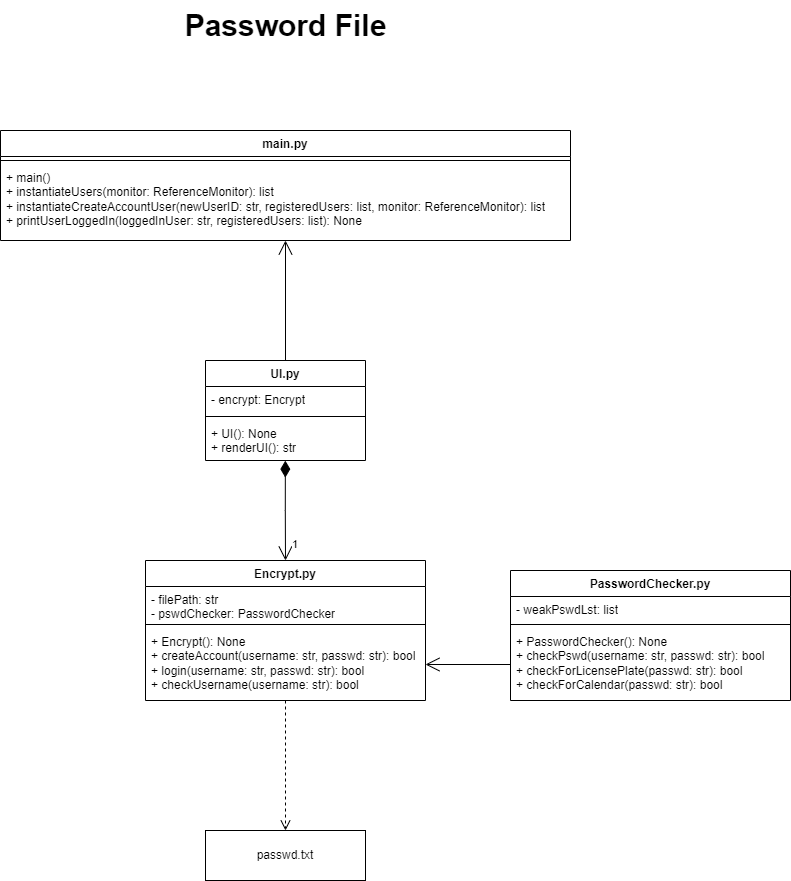
This is Documentation/PasswordChecker.drawio.png from NathanMacDiarmid/SYSC4810, a draw.io export, as it was before one commit. Source tidied: cells renumbered, new cells last; positions are measured from the earlier drawing's top-left corner, leaving out a move shared by most shapes. Source of this version:
```xml
<mxGraphModel>
  <root>
    <mxCell id="0" />
    <mxCell id="1" parent="0" />
    <mxCell id="2" value="main.py" style="swimlane;fontStyle=1;align=center;verticalAlign=top;horizontal=1;startSize=26;whiteSpace=wrap;html=1;" parent="1" vertex="1">
      <mxGeometry y="130" width="570" height="110" as="geometry" />
    </mxCell>
    <mxCell id="3" style="line;strokeWidth=1;fillColor=none;align=left;verticalAlign=middle;spacingTop=-1;spacingLeft=3;spacingRight=3;labelPosition=right;strokeColor=inherit;" parent="2" vertex="1">
      <mxGeometry y="26" width="570" height="8" as="geometry" />
    </mxCell>
    <mxCell id="4" value="+ main()&lt;br&gt;+ instantiateUsers(monitor: ReferenceMonitor): list&lt;br&gt;+ instantiateCreateAccountUser(newUserID: str, registeredUsers: list, monitor: ReferenceMonitor): list&lt;br&gt;+ printUserLoggedIn(loggedInUser: str, registeredUsers: list): None" style="text;strokeColor=none;fillColor=none;align=left;verticalAlign=top;spacingLeft=4;spacingRight=4;overflow=hidden;points=[[0,0.5],[1,0.5]];portConstraint=eastwest;whiteSpace=wrap;html=1;" parent="2" vertex="1">
      <mxGeometry y="34" width="570" height="76" as="geometry" />
    </mxCell>
    <mxCell id="5" value="Encrypt.py" style="swimlane;fontStyle=1;align=center;verticalAlign=top;horizontal=1;startSize=26;whiteSpace=wrap;html=1;" parent="1" vertex="1">
      <mxGeometry x="145" y="560" width="280" height="140" as="geometry" />
    </mxCell>
    <mxCell id="6" value="- filePath: str&lt;br&gt;- pswdChecker: PasswordChecker" style="text;strokeColor=none;fillColor=none;align=left;verticalAlign=top;spacingLeft=4;spacingRight=4;overflow=hidden;whiteSpace=wrap;html=1;" parent="5" vertex="1">
      <mxGeometry y="26" width="280" height="34" as="geometry" />
    </mxCell>
    <mxCell id="7" style="line;strokeWidth=1;fillColor=none;align=left;verticalAlign=middle;spacingTop=-1;spacingLeft=3;spacingRight=3;labelPosition=right;strokeColor=inherit;" parent="5" vertex="1">
      <mxGeometry y="60" width="280" height="8" as="geometry" />
    </mxCell>
    <mxCell id="8" value="+ Encrypt(): None&lt;br&gt;+ createAccount(username: str, passwd: str): bool&lt;br&gt;+ login(username: str, passwd: str): bool&lt;br&gt;+ checkUsername(username: str): bool" style="text;strokeColor=none;fillColor=none;align=left;verticalAlign=top;spacingLeft=4;spacingRight=4;overflow=hidden;points=[[0,0.5],[1,0.5]];portConstraint=eastwest;whiteSpace=wrap;html=1;" parent="5" vertex="1">
      <mxGeometry y="68" width="280" height="72" as="geometry" />
    </mxCell>
    <mxCell id="9" value="UI.py" style="swimlane;fontStyle=1;align=center;verticalAlign=top;horizontal=1;startSize=26;whiteSpace=wrap;html=1;" parent="1" vertex="1">
      <mxGeometry x="205" y="360" width="160" height="100" as="geometry" />
    </mxCell>
    <mxCell id="10" value="- encrypt: Encrypt" style="text;strokeColor=none;fillColor=none;align=left;verticalAlign=top;spacingLeft=4;spacingRight=4;overflow=hidden;whiteSpace=wrap;html=1;" parent="9" vertex="1">
      <mxGeometry y="26" width="160" height="26" as="geometry" />
    </mxCell>
    <mxCell id="11" style="line;strokeWidth=1;fillColor=none;align=left;verticalAlign=middle;spacingTop=-1;spacingLeft=3;spacingRight=3;labelPosition=right;strokeColor=inherit;" parent="9" vertex="1">
      <mxGeometry y="52" width="160" height="8" as="geometry" />
    </mxCell>
    <mxCell id="12" value="+ UI(): None&lt;br&gt;+ renderUI(): str" style="text;strokeColor=none;fillColor=none;align=left;verticalAlign=top;spacingLeft=4;spacingRight=4;overflow=hidden;points=[[0,0.5],[1,0.5]];portConstraint=eastwest;whiteSpace=wrap;html=1;" parent="9" vertex="1">
      <mxGeometry y="60" width="160" height="40" as="geometry" />
    </mxCell>
    <mxCell id="13" value="passwd.txt" style="html=1;whiteSpace=wrap;" parent="1" vertex="1">
      <mxGeometry x="205" y="830" width="160" height="50" as="geometry" />
    </mxCell>
    <mxCell id="14" style="html=1;verticalAlign=bottom;endArrow=open;dashed=1;endSize=8;curved=0;rounded=0;entryX=0.5;entryY=0;entryDx=0;entryDy=0;exitX=0.5;exitY=1;exitDx=0;exitDy=0;exitPerimeter=0;" parent="1" edge="1" source="8" target="13">
      <mxGeometry relative="1" as="geometry" />
    </mxCell>
    <mxCell id="15" value="1" style="endArrow=open;html=1;endSize=12;startArrow=diamondThin;startSize=14;startFill=1;edgeStyle=orthogonalEdgeStyle;align=left;verticalAlign=bottom;rounded=0;entryX=0.5;entryY=0;entryDx=0;entryDy=0;exitX=0.499;exitY=1.003;exitDx=0;exitDy=0;exitPerimeter=0;" parent="1" edge="1" source="12" target="5">
      <mxGeometry x="0.86" y="5" relative="1" as="geometry" />
    </mxCell>
    <mxCell id="16" style="endArrow=open;endFill=1;endSize=12;html=1;rounded=0;exitX=0.5;exitY=0;exitDx=0;exitDy=0;" parent="1" edge="1" source="9" target="4">
      <mxGeometry relative="1" as="geometry" />
    </mxCell>
    <mxCell id="17" value="Password File" style="text;html=1;align=center;verticalAlign=middle;strokeColor=none;fillColor=none;fontSize=30;fontStyle=1;" parent="1" vertex="1">
      <mxGeometry x="170" width="230" height="50" as="geometry" />
    </mxCell>
    <mxCell id="18" value="PasswordChecker.py" style="swimlane;fontStyle=1;align=center;verticalAlign=top;horizontal=1;startSize=26;whiteSpace=wrap;html=1;" parent="1" vertex="1">
      <mxGeometry x="510" y="570" width="280" height="130" as="geometry" />
    </mxCell>
    <mxCell id="19" value="- weakPswdLst: list" style="text;strokeColor=none;fillColor=none;align=left;verticalAlign=top;spacingLeft=4;spacingRight=4;overflow=hidden;whiteSpace=wrap;html=1;" parent="18" vertex="1">
      <mxGeometry y="26" width="280" height="24" as="geometry" />
    </mxCell>
    <mxCell id="20" style="line;strokeWidth=1;fillColor=none;align=left;verticalAlign=middle;spacingTop=-1;spacingLeft=3;spacingRight=3;labelPosition=right;strokeColor=inherit;" parent="18" vertex="1">
      <mxGeometry y="50" width="280" height="8" as="geometry" />
    </mxCell>
    <mxCell id="21" value="+ PasswordChecker(): None&lt;br&gt;+ checkPswd(username: str, passwd: str): bool&lt;br&gt;+ checkForLicensePlate(passwd: str): bool&lt;br&gt;+ checkForCalendar(passwd: str): bool" style="text;strokeColor=none;fillColor=none;align=left;verticalAlign=top;spacingLeft=4;spacingRight=4;overflow=hidden;points=[[0,0.5],[1,0.5]];portConstraint=eastwest;whiteSpace=wrap;html=1;" parent="18" vertex="1">
      <mxGeometry y="58" width="280" height="72" as="geometry" />
    </mxCell>
    <mxCell id="22" style="endArrow=open;endFill=1;endSize=12;html=1;rounded=0;exitX=0;exitY=0.5;exitDx=0;exitDy=0;entryX=1;entryY=0.5;entryDx=0;entryDy=0;" parent="1" edge="1" source="21" target="8">
      <mxGeometry relative="1" as="geometry" />
    </mxCell>
  </root>
</mxGraphModel>
```
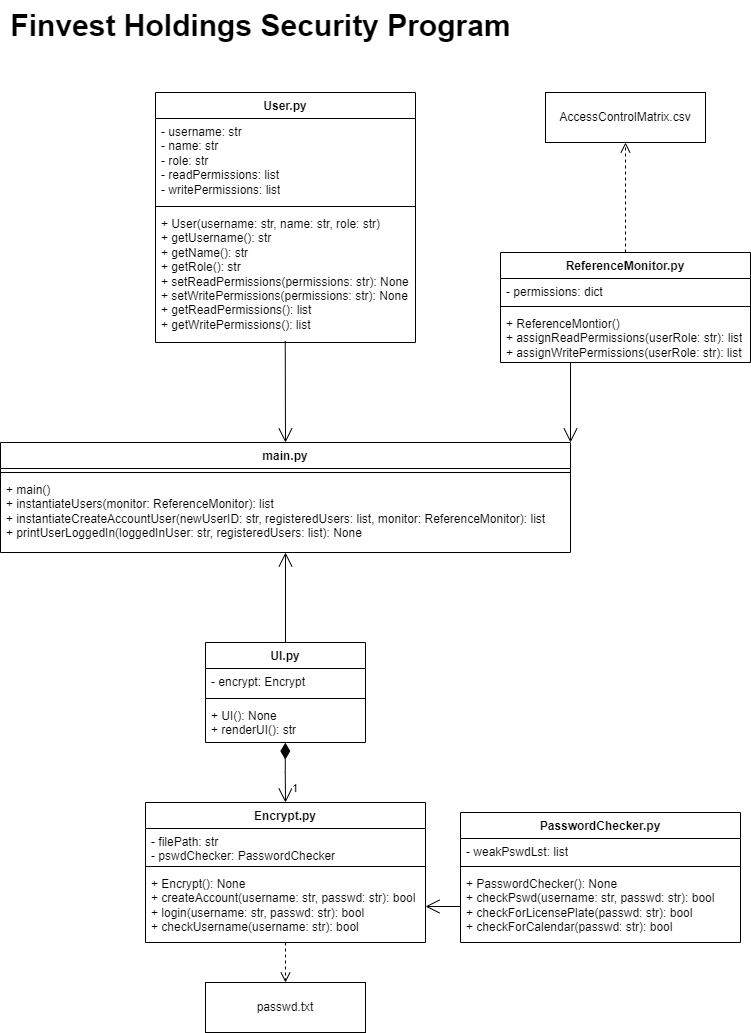
Above is the later version.

Diff of the diagram source:
```diff
@@ -3,7 +3,7 @@
     <mxCell id="0" />
     <mxCell id="1" parent="0" />
     <mxCell id="2" value="main.py" style="swimlane;fontStyle=1;align=center;verticalAlign=top;horizontal=1;startSize=26;whiteSpace=wrap;html=1;" parent="1" vertex="1">
-      <mxGeometry y="130" width="570" height="110" as="geometry" />
+      <mxGeometry y="420" width="570" height="110" as="geometry" />
     </mxCell>
     <mxCell id="3" style="line;strokeWidth=1;fillColor=none;align=left;verticalAlign=middle;spacingTop=-1;spacingLeft=3;spacingRight=3;labelPosition=right;strokeColor=inherit;" parent="2" vertex="1">
       <mxGeometry y="26" width="570" height="8" as="geometry" />
@@ -12,7 +12,7 @@
       <mxGeometry y="34" width="570" height="76" as="geometry" />
     </mxCell>
     <mxCell id="5" value="Encrypt.py" style="swimlane;fontStyle=1;align=center;verticalAlign=top;horizontal=1;startSize=26;whiteSpace=wrap;html=1;" parent="1" vertex="1">
-      <mxGeometry x="145" y="560" width="280" height="140" as="geometry" />
+      <mxGeometry x="145" y="780" width="280" height="140" as="geometry" />
     </mxCell>
     <mxCell id="6" value="- filePath: str&lt;br&gt;- pswdChecker: PasswordChecker" style="text;strokeColor=none;fillColor=none;align=left;verticalAlign=top;spacingLeft=4;spacingRight=4;overflow=hidden;whiteSpace=wrap;html=1;" parent="5" vertex="1">
       <mxGeometry y="26" width="280" height="34" as="geometry" />
@@ -24,7 +24,7 @@
       <mxGeometry y="68" width="280" height="72" as="geometry" />
     </mxCell>
     <mxCell id="9" value="UI.py" style="swimlane;fontStyle=1;align=center;verticalAlign=top;horizontal=1;startSize=26;whiteSpace=wrap;html=1;" parent="1" vertex="1">
-      <mxGeometry x="205" y="360" width="160" height="100" as="geometry" />
+      <mxGeometry x="205" y="620" width="160" height="100" as="geometry" />
     </mxCell>
     <mxCell id="10" value="- encrypt: Encrypt" style="text;strokeColor=none;fillColor=none;align=left;verticalAlign=top;spacingLeft=4;spacingRight=4;overflow=hidden;whiteSpace=wrap;html=1;" parent="9" vertex="1">
       <mxGeometry y="26" width="160" height="26" as="geometry" />
@@ -36,7 +36,7 @@
       <mxGeometry y="60" width="160" height="40" as="geometry" />
     </mxCell>
     <mxCell id="13" value="passwd.txt" style="html=1;whiteSpace=wrap;" parent="1" vertex="1">
-      <mxGeometry x="205" y="830" width="160" height="50" as="geometry" />
+      <mxGeometry x="205" y="960" width="160" height="50" as="geometry" />
     </mxCell>
     <mxCell id="14" style="html=1;verticalAlign=bottom;endArrow=open;dashed=1;endSize=8;curved=0;rounded=0;entryX=0.5;entryY=0;entryDx=0;entryDy=0;exitX=0.5;exitY=1;exitDx=0;exitDy=0;exitPerimeter=0;" parent="1" edge="1" source="8" target="13">
       <mxGeometry relative="1" as="geometry" />
@@ -47,11 +47,8 @@
     <mxCell id="16" style="endArrow=open;endFill=1;endSize=12;html=1;rounded=0;exitX=0.5;exitY=0;exitDx=0;exitDy=0;" parent="1" edge="1" source="9" target="4">
       <mxGeometry relative="1" as="geometry" />
     </mxCell>
-    <mxCell id="17" value="Password File" style="text;html=1;align=center;verticalAlign=middle;strokeColor=none;fillColor=none;fontSize=30;fontStyle=1;" parent="1" vertex="1">
-      <mxGeometry x="170" width="230" height="50" as="geometry" />
-    </mxCell>
     <mxCell id="18" value="PasswordChecker.py" style="swimlane;fontStyle=1;align=center;verticalAlign=top;horizontal=1;startSize=26;whiteSpace=wrap;html=1;" parent="1" vertex="1">
-      <mxGeometry x="510" y="570" width="280" height="130" as="geometry" />
+      <mxGeometry x="460" y="790" width="280" height="130" as="geometry" />
     </mxCell>
     <mxCell id="19" value="- weakPswdLst: list" style="text;strokeColor=none;fillColor=none;align=left;verticalAlign=top;spacingLeft=4;spacingRight=4;overflow=hidden;whiteSpace=wrap;html=1;" parent="18" vertex="1">
       <mxGeometry y="26" width="280" height="24" as="geometry" />
@@ -65,5 +62,44 @@
     <mxCell id="22" style="endArrow=open;endFill=1;endSize=12;html=1;rounded=0;exitX=0;exitY=0.5;exitDx=0;exitDy=0;entryX=1;entryY=0.5;entryDx=0;entryDy=0;" parent="1" edge="1" source="21" target="8">
       <mxGeometry relative="1" as="geometry" />
     </mxCell>
+    <mxCell id="23" value="User.py" style="swimlane;fontStyle=1;align=center;verticalAlign=top;horizontal=1;startSize=26;whiteSpace=wrap;html=1;" parent="1" vertex="1">
+      <mxGeometry x="155" y="70" width="260" height="250" as="geometry" />
+    </mxCell>
+    <mxCell id="24" value="- username: str&lt;br&gt;- name: str&lt;br&gt;- role: str&lt;br&gt;- readPermissions: list&lt;br&gt;- writePermissions: list" style="text;strokeColor=none;fillColor=none;align=left;verticalAlign=top;spacingLeft=4;spacingRight=4;overflow=hidden;whiteSpace=wrap;html=1;" parent="23" vertex="1">
+      <mxGeometry y="26" width="260" height="84" as="geometry" />
+    </mxCell>
+    <mxCell id="25" style="line;strokeWidth=1;fillColor=none;align=left;verticalAlign=middle;spacingTop=-1;spacingLeft=3;spacingRight=3;labelPosition=right;strokeColor=inherit;" parent="23" vertex="1">
+      <mxGeometry y="110" width="260" height="8" as="geometry" />
+    </mxCell>
+    <mxCell id="26" value="+ User(username: str, name: str, role: str)&lt;br&gt;+ getUsername(): str&lt;br&gt;+ getName(): str&lt;br&gt;+ getRole(): str&lt;br&gt;+ setReadPermissions(permissions: str): None&lt;br&gt;+ setWritePermissions(permissions: str): None&lt;br&gt;+ getReadPermissions(): list&lt;br&gt;+ getWritePermissions(): list" style="text;strokeColor=none;fillColor=none;align=left;verticalAlign=top;spacingLeft=4;spacingRight=4;overflow=hidden;points=[[0,0.5],[1,0.5]];portConstraint=eastwest;whiteSpace=wrap;html=1;" parent="23" vertex="1">
+      <mxGeometry y="118" width="260" height="132" as="geometry" />
+    </mxCell>
+    <mxCell id="27" value="ReferenceMonitor.py" style="swimlane;fontStyle=1;align=center;verticalAlign=top;horizontal=1;startSize=26;whiteSpace=wrap;html=1;" parent="1" vertex="1">
+      <mxGeometry x="500" y="230" width="250" height="110" as="geometry" />
+    </mxCell>
+    <mxCell id="28" value="- permissions: dict" style="text;strokeColor=none;fillColor=none;align=left;verticalAlign=top;spacingLeft=4;spacingRight=4;overflow=hidden;whiteSpace=wrap;html=1;" parent="27" vertex="1">
+      <mxGeometry y="26" width="250" height="24" as="geometry" />
+    </mxCell>
+    <mxCell id="29" style="line;strokeWidth=1;fillColor=none;align=left;verticalAlign=middle;spacingTop=-1;spacingLeft=3;spacingRight=3;labelPosition=right;strokeColor=inherit;" parent="27" vertex="1">
+      <mxGeometry y="50" width="250" height="8" as="geometry" />
+    </mxCell>
+    <mxCell id="30" value="+ ReferenceMontior()&lt;br&gt;+ assignReadPermissions(userRole: str): list&lt;br&gt;+ assignWritePermissions(userRole: str): list" style="text;strokeColor=none;fillColor=none;align=left;verticalAlign=top;spacingLeft=4;spacingRight=4;overflow=hidden;points=[[0,0.5],[1,0.5]];portConstraint=eastwest;whiteSpace=wrap;html=1;" parent="27" vertex="1">
+      <mxGeometry y="58" width="250" height="52" as="geometry" />
+    </mxCell>
+    <mxCell id="31" value="AccessControlMatrix.csv" style="html=1;whiteSpace=wrap;" parent="1" vertex="1">
+      <mxGeometry x="545" y="70" width="160" height="50" as="geometry" />
+    </mxCell>
+    <mxCell id="32" style="html=1;verticalAlign=bottom;endArrow=open;dashed=1;endSize=8;curved=0;rounded=0;entryX=0.5;entryY=1;entryDx=0;entryDy=0;exitX=0.5;exitY=0;exitDx=0;exitDy=0;" parent="1" edge="1" source="27" target="31">
+      <mxGeometry relative="1" as="geometry" />
+    </mxCell>
+    <mxCell id="33" style="endArrow=open;endFill=1;endSize=12;html=1;rounded=0;entryX=0.5;entryY=0;entryDx=0;entryDy=0;exitX=0.499;exitY=0.989;exitDx=0;exitDy=0;exitPerimeter=0;" parent="1" edge="1" source="26" target="2">
+      <mxGeometry relative="1" as="geometry" />
+    </mxCell>
+    <mxCell id="34" style="endArrow=open;endFill=1;endSize=12;html=1;rounded=0;exitX=0.28;exitY=1;exitDx=0;exitDy=0;entryX=1;entryY=0;entryDx=0;entryDy=0;exitPerimeter=0;" parent="1" edge="1" source="30" target="2">
+      <mxGeometry relative="1" as="geometry" />
+    </mxCell>
+    <mxCell id="35" value="Finvest Holdings Security Program" style="text;html=1;align=center;verticalAlign=middle;strokeColor=none;fillColor=none;fontStyle=1;fontSize=30;" parent="1" vertex="1">
+      <mxGeometry y="-22" width="520" height="50" as="geometry" />
+    </mxCell>
   </root>
 </mxGraphModel>
```
